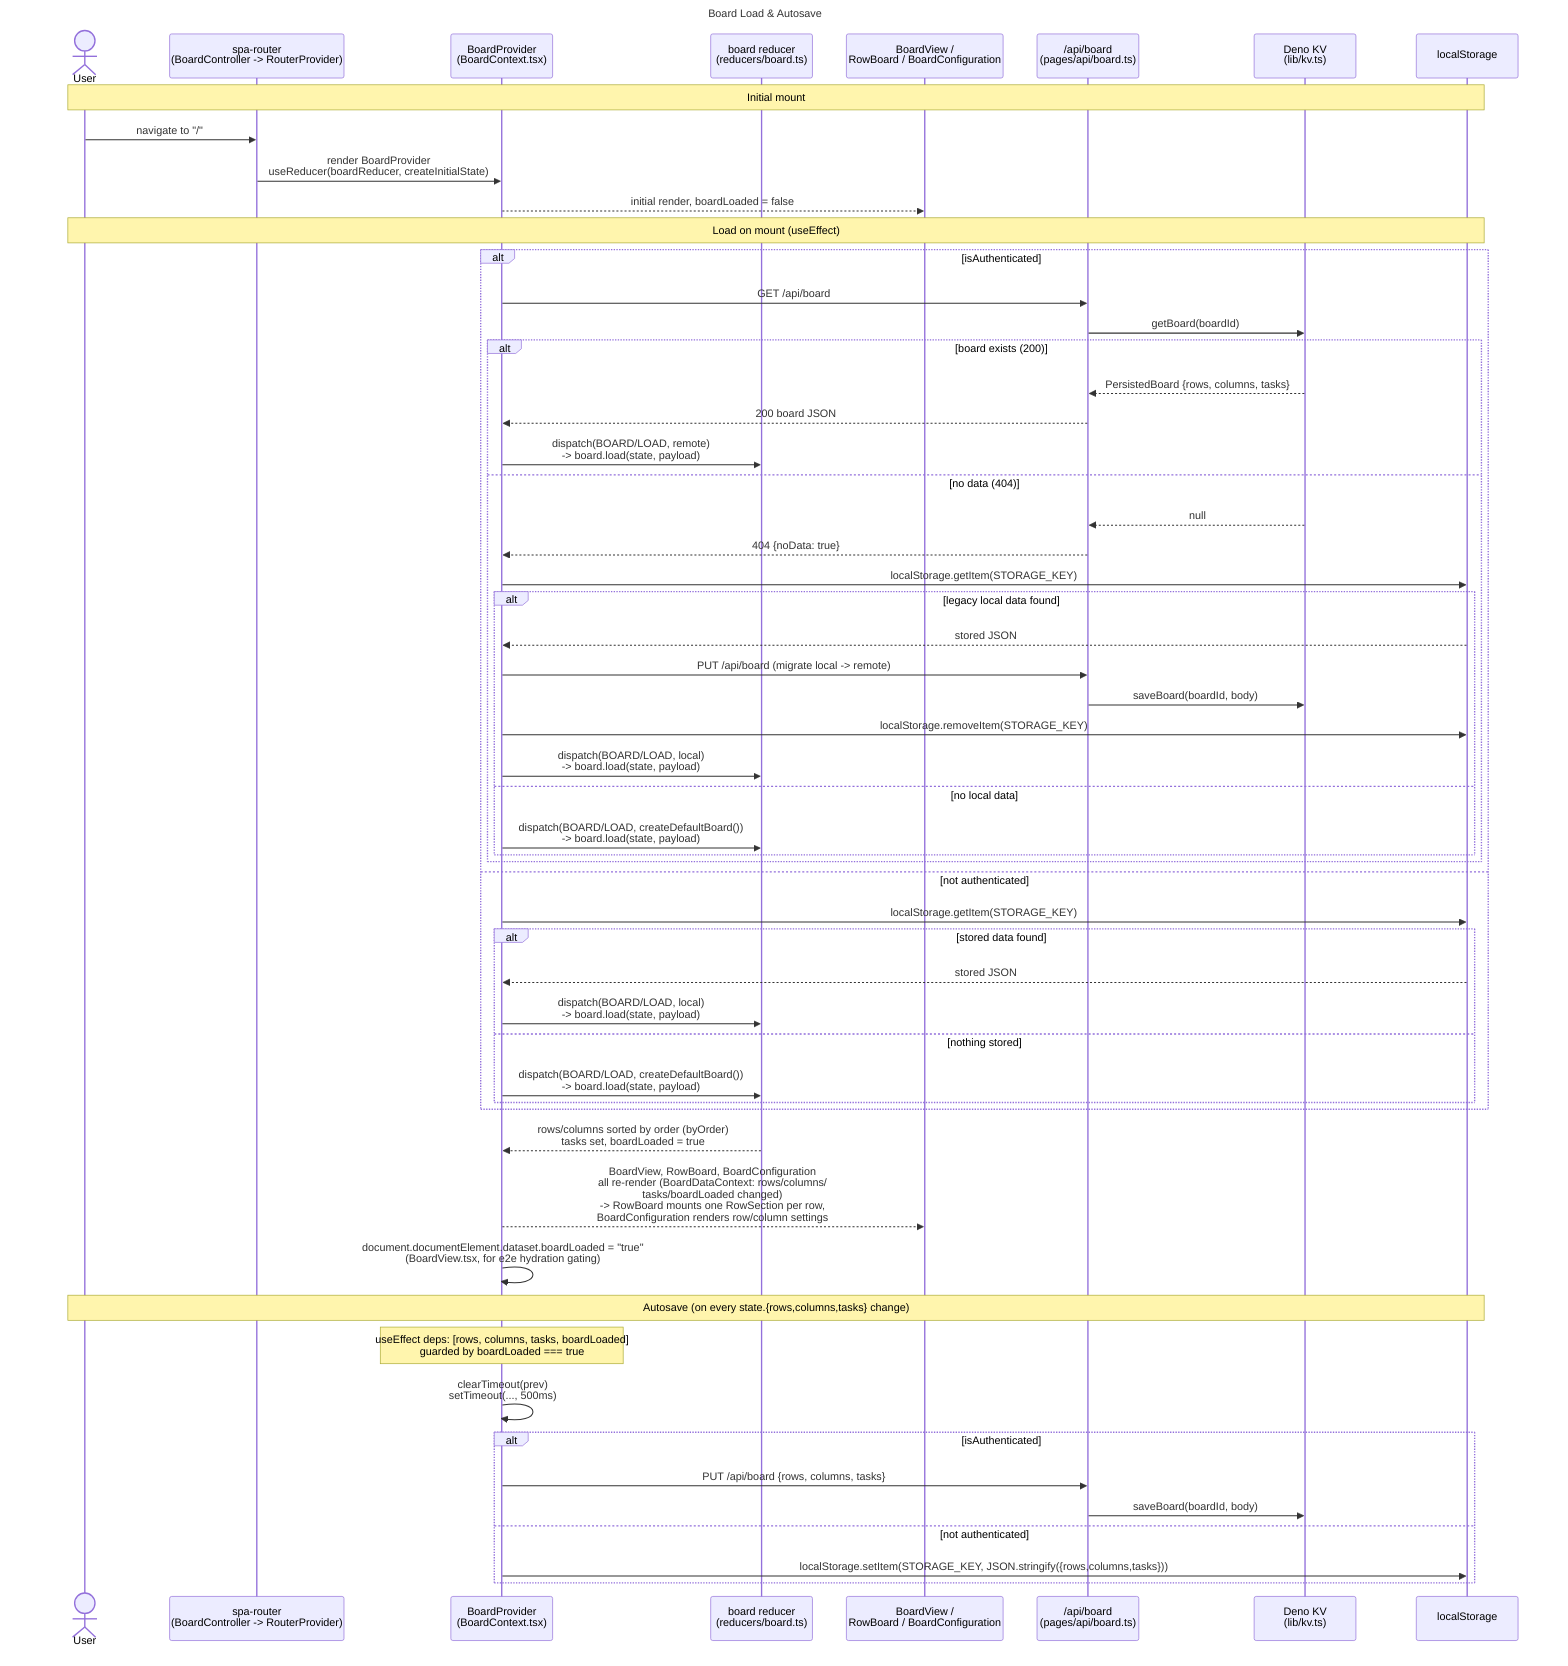
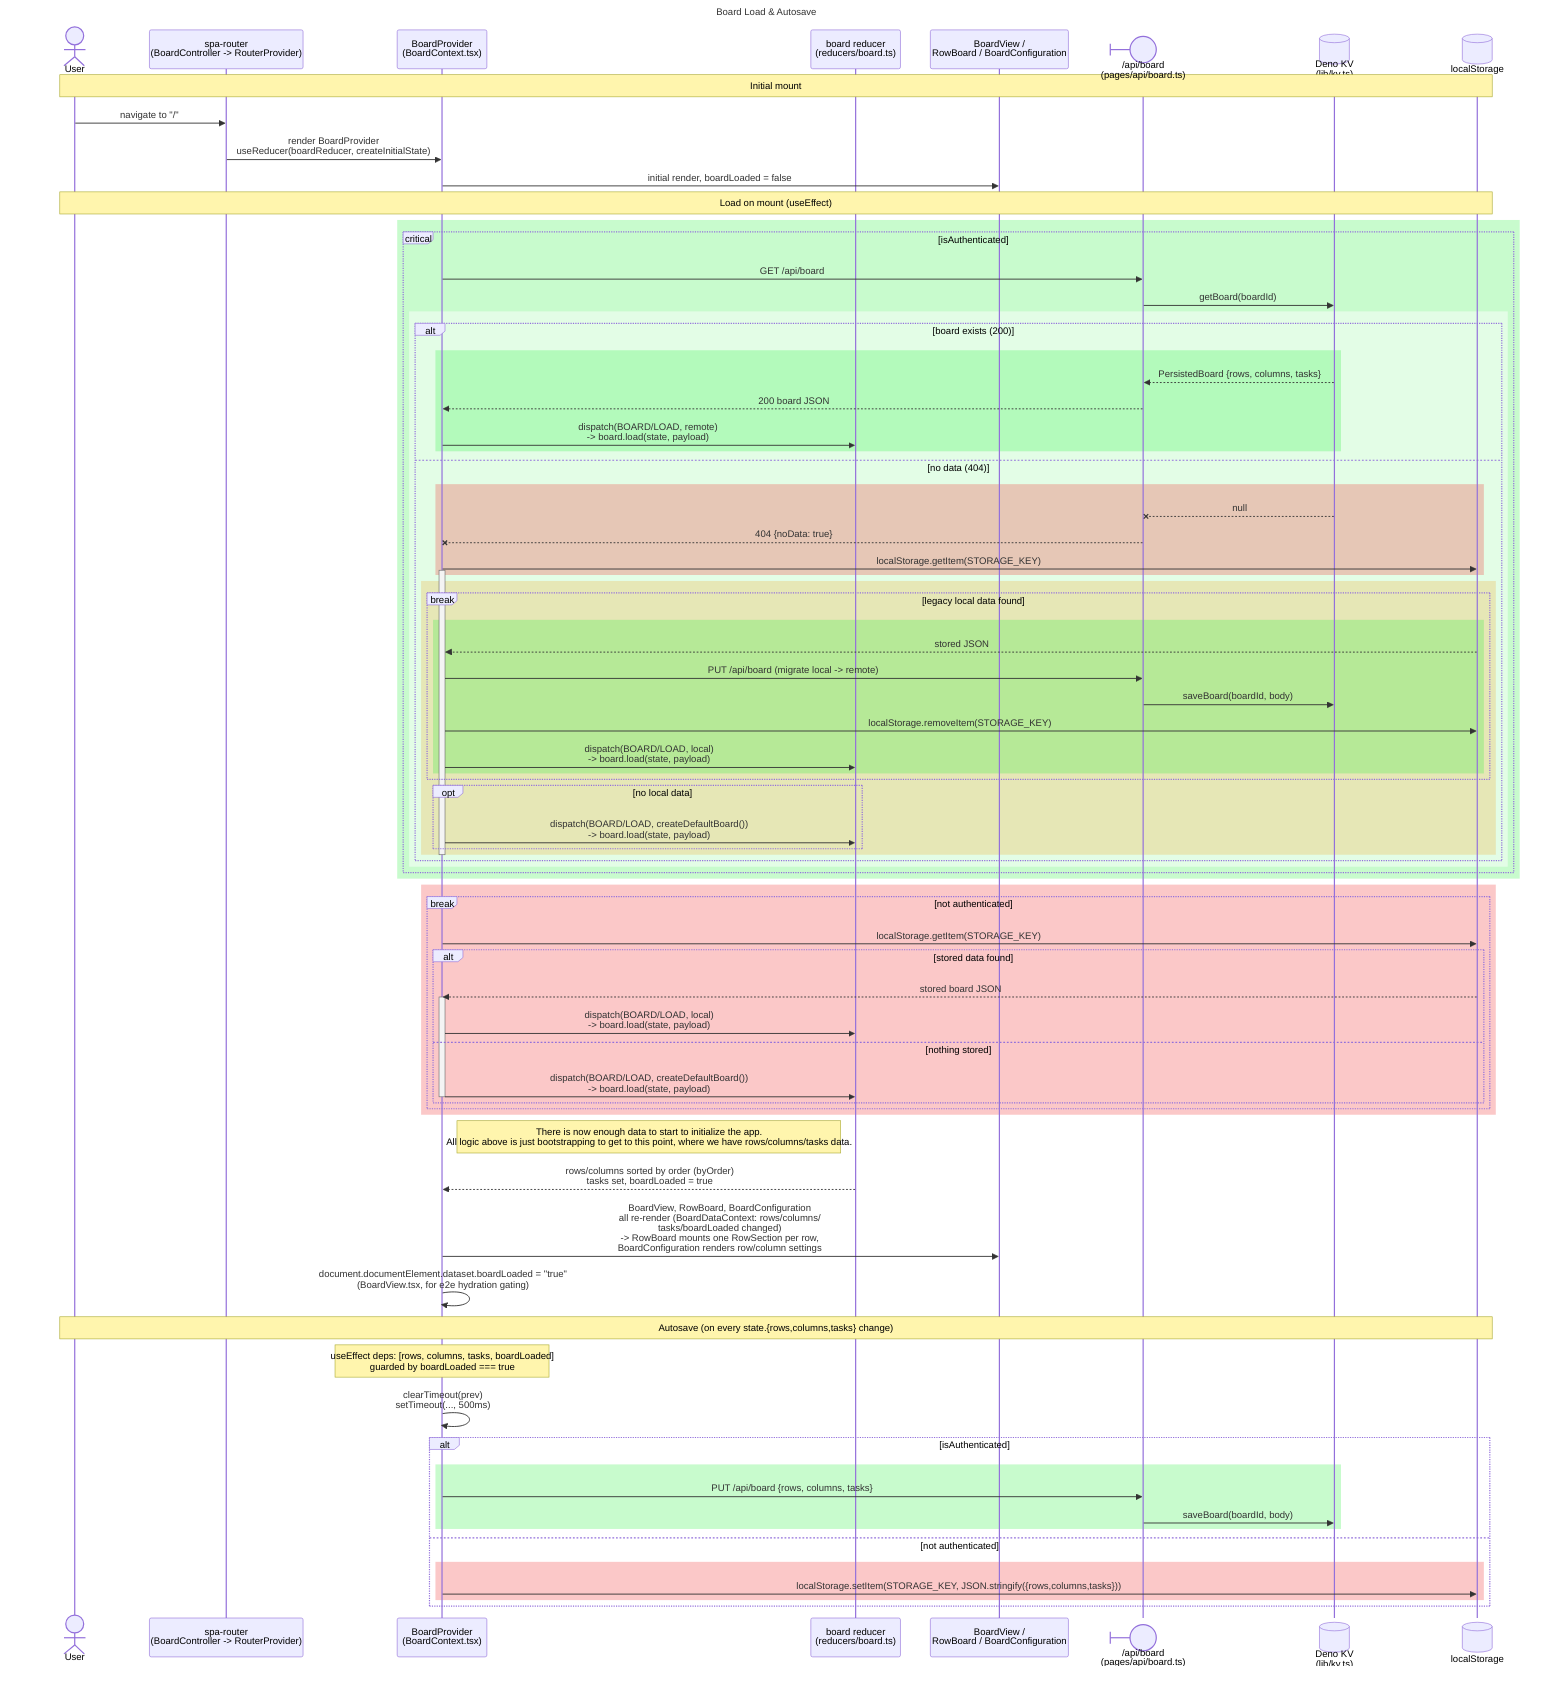
---
title: Board Load & Autosave
---
sequenceDiagram
    actor User
    participant Router as spa-router<br/>(BoardController -> RouterProvider)
    participant Provider as BoardProvider<br/>(BoardContext.tsx)
    participant Reducer as board reducer<br/>(reducers/board.ts)
    participant View as BoardView /<br/>RowBoard / BoardConfiguration
-     participant API as /api/board<br/>(pages/api/board.ts)
-     participant KV as Deno KV<br/>(lib/kv.ts)
-     participant LS as localStorage
+     participant API@{ "type" : "boundary" } as /api/board<br/>(pages/api/board.ts)
+     participant KV@{ "type" : "database" } as Deno KV<br/>(lib/kv.ts)
+     participant LS@{ "type" : "database" } as localStorage

    Note over User,LS: Initial mount
    User->>Router: navigate to "/"
    Router->>Provider: render BoardProvider<br/>useReducer(boardReducer, createInitialState)
-     Provider-->>View: initial render, boardLoaded = false
+     Provider->>View: initial render, boardLoaded = false

    Note over User,LS: Load on mount (useEffect)
-     alt isAuthenticated
-         Provider->>API: GET /api/board
-         API->>KV: getBoard(boardId)
-         alt board exists (200)
-             KV-->>API: PersistedBoard {rows, columns, tasks}
-             API-->>Provider: 200 board JSON
-             Provider->>Reducer: dispatch(BOARD/LOAD, remote)<br/>-> board.load(state, payload)
-         else no data (404)
-             KV-->>API: null
-             API-->>Provider: 404 {noData: true}
-             Provider->>LS: localStorage.getItem(STORAGE_KEY)
-             alt legacy local data found
-                 LS-->>Provider: stored JSON
-                 Provider->>API: PUT /api/board (migrate local -> remote)
-                 API->>KV: saveBoard(boardId, body)
-                 Provider->>LS: localStorage.removeItem(STORAGE_KEY)
-                 Provider->>Reducer: dispatch(BOARD/LOAD, local)<br/>-> board.load(state, payload)
-             else no local data
-                 Provider->>Reducer: dispatch(BOARD/LOAD, createDefaultBoard())<br/>-> board.load(state, payload)
+     rect rgba(38, 240, 58, 0.25)
+         critical isAuthenticated
+             Provider->>API: GET /api/board
+             API->>KV: getBoard(boardId)
+             rect rgba(255, 255, 255, 0.5)
+                 alt board exists (200)
+                     rect rgba(38, 240, 58, 0.25)
+                         KV-->>API: PersistedBoard {rows, columns, tasks}
+                         API-->>Provider: 200 board JSON
+                         Provider->>Reducer: dispatch(BOARD/LOAD, remote)<br/>-> board.load(state, payload)
+                     end
+                 else no data (404)
+ 
+                     rect rgba(240, 38, 38, 0.25)
+                         KV--xAPI: null
+                         API--xProvider: 404 {noData: true}
+                         Provider->>LS: localStorage.getItem(STORAGE_KEY)
+                         activate Provider
+                     end
+                     rect rgba(240, 163, 38, 0.25)
+                         break legacy local data found
+                             rect rgba(38, 240, 58, 0.25)
+                                 LS-->>Provider: stored JSON
+                                 Provider->>API: PUT /api/board (migrate local -> remote)
+                                 API->>KV: saveBoard(boardId, body)
+                                 Provider->>LS: localStorage.removeItem(STORAGE_KEY)
+                                 Provider->>Reducer: dispatch(BOARD/LOAD, local)<br/>-> board.load(state, payload)
+                             end
+                         end
+                         opt no local data
+                             Provider->>Reducer: dispatch(BOARD/LOAD, createDefaultBoard())<br/>-> board.load(state, payload)
+                         end
+                     end
+                     deactivate Provider
+                 end
            end
        end
-     else not authenticated
-         Provider->>LS: localStorage.getItem(STORAGE_KEY)
-         alt stored data found
-             LS-->>Provider: stored JSON
-             Provider->>Reducer: dispatch(BOARD/LOAD, local)<br/>-> board.load(state, payload)
-         else nothing stored
-             Provider->>Reducer: dispatch(BOARD/LOAD, createDefaultBoard())<br/>-> board.load(state, payload)
+     end
+     rect rgba(240, 38, 38, 0.25)
+         break not authenticated
+             Provider->>LS: localStorage.getItem(STORAGE_KEY)
+             alt stored data found
+                 LS-->>Provider: stored board JSON
+                 activate Provider
+                 Provider->>Reducer: dispatch(BOARD/LOAD, local)<br/>-> board.load(state, payload)
+             else nothing stored
+                 Provider->>Reducer: dispatch(BOARD/LOAD, createDefaultBoard())<br/>-> board.load(state, payload)
+                 deactivate Provider
+             end
        end
    end

+     Note right of Provider: There is now enough data to start to initialize the app.<br />All logic above is just bootstrapping to get to this point, where we have rows/columns/tasks data.
+ 
    Reducer-->>Provider: rows/columns sorted by order (byOrder)<br/>tasks set, boardLoaded = true
-     Provider-->>View: BoardView, RowBoard, BoardConfiguration<br/>all re-render (BoardDataContext: rows/columns/<br/>tasks/boardLoaded changed)<br/>-> RowBoard mounts one RowSection per row,<br/>BoardConfiguration renders row/column settings
+     Provider->>View: BoardView, RowBoard, BoardConfiguration<br/>all re-render (BoardDataContext: rows/columns/<br/>tasks/boardLoaded changed)<br/>-> RowBoard mounts one RowSection per row,<br/>BoardConfiguration renders row/column settings
    Provider->>Provider: document.documentElement.dataset.boardLoaded = "true"<br/>(BoardView.tsx, for e2e hydration gating)

    Note over User,LS: Autosave (on every state.{rows,columns,tasks} change)
    Note over Provider: useEffect deps: [rows, columns, tasks, boardLoaded]<br/>guarded by boardLoaded === true
    Provider->>Provider: clearTimeout(prev)<br/>setTimeout(..., 500ms)
    alt isAuthenticated
-         Provider->>API: PUT /api/board {rows, columns, tasks}
-         API->>KV: saveBoard(boardId, body)
+         rect rgba(38, 240, 58, 0.25)
+             Provider->>API: PUT /api/board {rows, columns, tasks}
+             API->>KV: saveBoard(boardId, body)
+         end
    else not authenticated
-         Provider->>LS: localStorage.setItem(STORAGE_KEY, JSON.stringify({rows,columns,tasks}))
+         rect rgba(240, 38, 38, 0.25)
+             Provider->>LS: localStorage.setItem(STORAGE_KEY, JSON.stringify({rows,columns,tasks}))
+         end
    end
